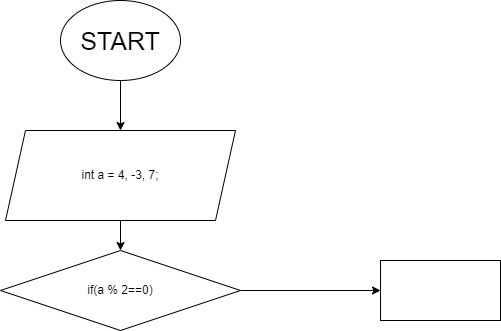
Above: Task3/Task3.drawio.png in Alex05524/Seminar001 (draw.io), before the change. Source tidied: cells renumbered, new cells last; positions are measured from the earlier drawing's top-left corner, leaving out a move shared by most shapes. Its diagram source:
```xml
<mxGraphModel>
  <root>
    <mxCell id="0" />
    <mxCell id="1" parent="0" />
    <mxCell id="2" style="edgeStyle=none;html=1;" parent="1" edge="1" source="3" target="5">
      <mxGeometry relative="1" as="geometry" />
    </mxCell>
    <mxCell id="3" value="&lt;font style=&quot;font-size: 25px&quot;&gt;START&lt;/font&gt;" style="ellipse;whiteSpace=wrap;html=1;" parent="1" vertex="1">
      <mxGeometry x="60" width="120" height="80" as="geometry" />
    </mxCell>
    <mxCell id="4" style="edgeStyle=none;html=1;fontSize=25;" parent="1" edge="1" source="5" target="7">
      <mxGeometry relative="1" as="geometry" />
    </mxCell>
    <mxCell id="5" value="int a = 4, -3, 7;&lt;br&gt;" style="shape=parallelogram;perimeter=parallelogramPerimeter;whiteSpace=wrap;html=1;fixedSize=1;" parent="1" vertex="1">
      <mxGeometry x="5" y="130" width="230" height="90" as="geometry" />
    </mxCell>
    <mxCell id="6" style="edgeStyle=none;html=1;fontSize=25;" parent="1" edge="1" source="7" target="8">
      <mxGeometry relative="1" as="geometry" />
    </mxCell>
    <mxCell id="7" value="if(a % 2==0)" style="rhombus;whiteSpace=wrap;html=1;" parent="1" vertex="1">
      <mxGeometry y="250" width="240" height="80" as="geometry" />
    </mxCell>
    <mxCell id="8" style="whiteSpace=wrap;html=1;" parent="1" vertex="1">
      <mxGeometry x="380" y="260" width="120" height="60" as="geometry" />
    </mxCell>
  </root>
</mxGraphModel>
```
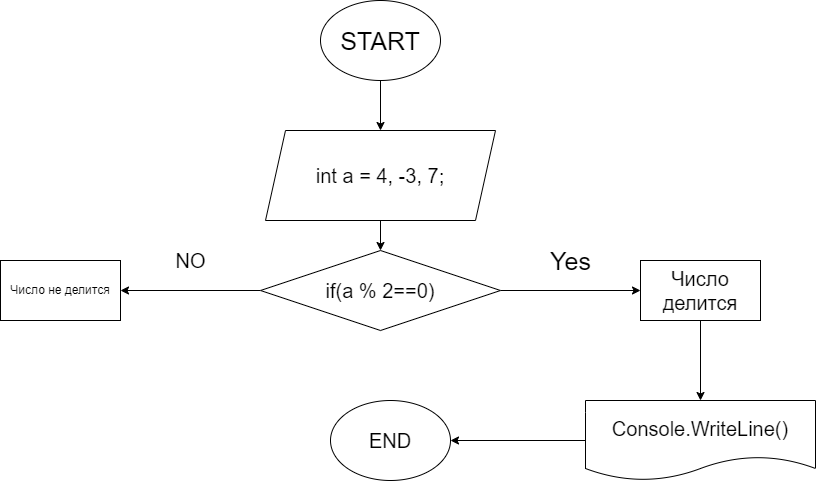
After the commit.

The edit, as a diff of the source:
```diff
@@ -11,17 +11,41 @@
     <mxCell id="4" style="edgeStyle=none;html=1;fontSize=25;" parent="1" edge="1" source="5" target="7">
       <mxGeometry relative="1" as="geometry" />
     </mxCell>
-    <mxCell id="5" value="int a = 4, -3, 7;&lt;br&gt;" style="shape=parallelogram;perimeter=parallelogramPerimeter;whiteSpace=wrap;html=1;fixedSize=1;" parent="1" vertex="1">
+    <mxCell id="5" value="&lt;font style=&quot;font-size: 20px&quot;&gt;int a = 4, -3, 7;&lt;/font&gt;" style="shape=parallelogram;perimeter=parallelogramPerimeter;whiteSpace=wrap;html=1;fixedSize=1;" parent="1" vertex="1">
       <mxGeometry x="5" y="130" width="230" height="90" as="geometry" />
     </mxCell>
     <mxCell id="6" style="edgeStyle=none;html=1;fontSize=25;" parent="1" edge="1" source="7" target="8">
       <mxGeometry relative="1" as="geometry" />
     </mxCell>
+    <mxCell id="9" style="edgeStyle=none;html=1;fontSize=20;" parent="1" edge="1" source="7" target="14">
+      <mxGeometry relative="1" as="geometry" />
+    </mxCell>
-    <mxCell id="7" value="if(a % 2==0)" style="rhombus;whiteSpace=wrap;html=1;" parent="1" vertex="1">
+    <mxCell id="7" value="&lt;font style=&quot;font-size: 20px&quot;&gt;if(a % 2==0)&lt;/font&gt;" style="rhombus;whiteSpace=wrap;html=1;" parent="1" vertex="1">
       <mxGeometry y="250" width="240" height="80" as="geometry" />
     </mxCell>
+    <mxCell id="10" style="edgeStyle=none;html=1;fontSize=25;" parent="1" edge="1" source="8" target="13">
+      <mxGeometry relative="1" as="geometry" />
+    </mxCell>
-    <mxCell id="8" style="whiteSpace=wrap;html=1;" parent="1" vertex="1">
+    <mxCell id="8" value="&lt;font style=&quot;font-size: 20px&quot;&gt;Число делится&lt;/font&gt;" style="whiteSpace=wrap;html=1;" parent="1" vertex="1">
       <mxGeometry x="380" y="260" width="120" height="60" as="geometry" />
     </mxCell>
+    <mxCell id="11" value="Yes" style="text;html=1;align=center;verticalAlign=middle;strokeColor=none;fillColor=none;fontSize=25;" parent="1" vertex="1">
+      <mxGeometry x="280" y="240" width="60" height="40" as="geometry" />
+    </mxCell>
+    <mxCell id="12" style="edgeStyle=none;html=1;fontSize=20;" parent="1" edge="1" source="13" target="15">
+      <mxGeometry relative="1" as="geometry" />
+    </mxCell>
+    <mxCell id="13" value="&lt;font style=&quot;font-size: 20px&quot;&gt;Console.WriteLine()&lt;/font&gt;" style="shape=document;whiteSpace=wrap;html=1;boundedLbl=1;" parent="1" vertex="1">
+      <mxGeometry x="325" y="400" width="230" height="80" as="geometry" />
+    </mxCell>
+    <mxCell id="14" value="Число не делится" style="whiteSpace=wrap;html=1;" parent="1" vertex="1">
+      <mxGeometry x="-260" y="260" width="120" height="60" as="geometry" />
+    </mxCell>
+    <mxCell id="15" value="&lt;font style=&quot;font-size: 20px&quot;&gt;END&lt;/font&gt;" style="ellipse;whiteSpace=wrap;html=1;" parent="1" vertex="1">
+      <mxGeometry x="70" y="400" width="120" height="80" as="geometry" />
+    </mxCell>
+    <mxCell id="16" value="NO" style="text;html=1;align=center;verticalAlign=middle;strokeColor=none;fillColor=none;fontSize=20;" parent="1" vertex="1">
+      <mxGeometry x="-95" y="245" width="50" height="30" as="geometry" />
+    </mxCell>
   </root>
 </mxGraphModel>
```
